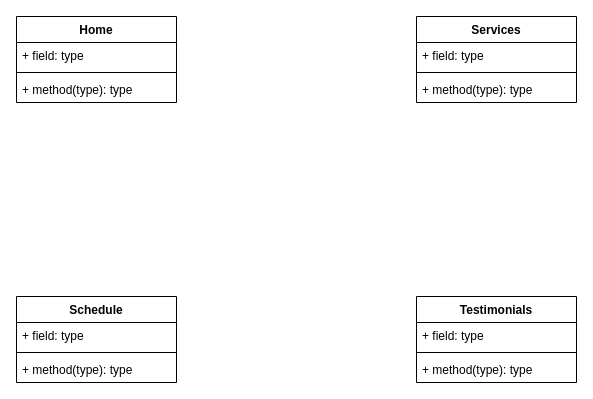
This is Untitled Diagram.drawio from PrinceSousuke/RyansWebsiteProject, a draw.io file, before an edit. Source tidied: cells renumbered, new cells numbered last; positions are measured from the earlier drawing's top-left corner, leaving out a move shared by most shapes. Both pictures are drawn from the tidied source at 100%, with x=0, y=0 at pixel (16, 16).
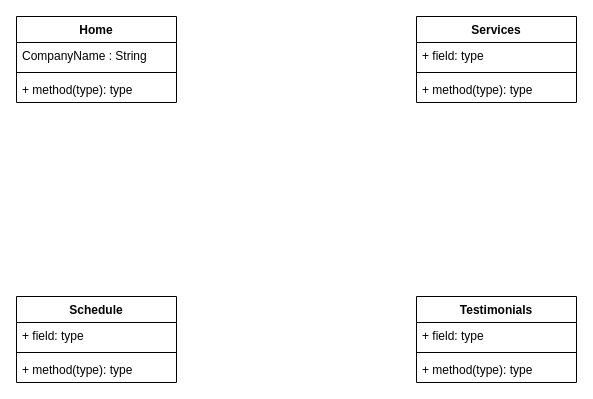
Above is the later version.

Change to the diagram source:
```diff
@@
 <mxGraphModel>
   <root>
     <mxCell id="0" />
     <mxCell id="1" parent="0" />
     <mxCell id="2" value="Home" style="swimlane;fontStyle=1;align=center;verticalAlign=top;horizontal=1;startSize=26;" parent="1" vertex="1">
       <mxGeometry width="160" height="86" as="geometry" />
     </mxCell>
-    <mxCell id="3" value="+ field: type" style="text;strokeColor=none;fillColor=none;align=left;verticalAlign=top;spacingLeft=4;spacingRight=4;overflow=hidden;" parent="2" vertex="1">
+    <mxCell id="3" value="CompanyName : String" style="text;strokeColor=none;fillColor=none;align=left;verticalAlign=top;spacingLeft=4;spacingRight=4;overflow=hidden;" parent="2" vertex="1">
       <mxGeometry y="26" width="160" height="26" as="geometry" />
     </mxCell>
     <mxCell id="4" style="line;strokeWidth=1;fillColor=none;align=left;verticalAlign=middle;spacingTop=-1;spacingLeft=3;spacingRight=3;labelPosition=right;" parent="2" vertex="1">
       <mxGeometry y="52" width="160" height="8" as="geometry" />
     </mxCell>
     <mxCell id="5" value="+ method(type): type" style="text;strokeColor=none;fillColor=none;align=left;verticalAlign=top;spacingLeft=4;spacingRight=4;overflow=hidden;" parent="2" vertex="1">
       <mxGeometry y="60" width="160" height="26" as="geometry" />
     </mxCell>
     <mxCell id="6" value="Services" style="swimlane;fontStyle=1;align=center;verticalAlign=top;horizontal=1;startSize=26;" parent="1" vertex="1">
       <mxGeometry x="400" width="160" height="86" as="geometry" />
     </mxCell>
     <mxCell id="7" value="+ field: type" style="text;strokeColor=none;fillColor=none;align=left;verticalAlign=top;spacingLeft=4;spacingRight=4;overflow=hidden;" parent="6" vertex="1">
       <mxGeometry y="26" width="160" height="26" as="geometry" />
     </mxCell>
     <mxCell id="8" style="line;strokeWidth=1;fillColor=none;align=left;verticalAlign=middle;spacingTop=-1;spacingLeft=3;spacingRight=3;labelPosition=right;" parent="6" vertex="1">
       <mxGeometry y="52" width="160" height="8" as="geometry" />
     </mxCell>
     <mxCell id="9" value="+ method(type): type" style="text;strokeColor=none;fillColor=none;align=left;verticalAlign=top;spacingLeft=4;spacingRight=4;overflow=hidden;" parent="6" vertex="1">
       <mxGeometry y="60" width="160" height="26" as="geometry" />
     </mxCell>
     <mxCell id="10" value="Schedule" style="swimlane;fontStyle=1;align=center;verticalAlign=top;horizontal=1;startSize=26;" parent="1" vertex="1">
       <mxGeometry y="280" width="160" height="86" as="geometry" />
     </mxCell>
     <mxCell id="11" value="+ field: type" style="text;strokeColor=none;fillColor=none;align=left;verticalAlign=top;spacingLeft=4;spacingRight=4;overflow=hidden;" parent="10" vertex="1">
       <mxGeometry y="26" width="160" height="26" as="geometry" />
     </mxCell>
     <mxCell id="12" style="line;strokeWidth=1;fillColor=none;align=left;verticalAlign=middle;spacingTop=-1;spacingLeft=3;spacingRight=3;labelPosition=right;" parent="10" vertex="1">
       <mxGeometry y="52" width="160" height="8" as="geometry" />
     </mxCell>
     <mxCell id="13" value="+ method(type): type" style="text;strokeColor=none;fillColor=none;align=left;verticalAlign=top;spacingLeft=4;spacingRight=4;overflow=hidden;" parent="10" vertex="1">
       <mxGeometry y="60" width="160" height="26" as="geometry" />
     </mxCell>
     <mxCell id="14" value="Testimonials" style="swimlane;fontStyle=1;align=center;verticalAlign=top;horizontal=1;startSize=26;" parent="1" vertex="1">
       <mxGeometry x="400" y="280" width="160" height="86" as="geometry" />
     </mxCell>
     <mxCell id="15" value="+ field: type" style="text;strokeColor=none;fillColor=none;align=left;verticalAlign=top;spacingLeft=4;spacingRight=4;overflow=hidden;" parent="14" vertex="1">
       <mxGeometry y="26" width="160" height="26" as="geometry" />
     </mxCell>
     <mxCell id="16" style="line;strokeWidth=1;fillColor=none;align=left;verticalAlign=middle;spacingTop=-1;spacingLeft=3;spacingRight=3;labelPosition=right;" parent="14" vertex="1">
       <mxGeometry y="52" width="160" height="8" as="geometry" />
     </mxCell>
     <mxCell id="17" value="+ method(type): type" style="text;strokeColor=none;fillColor=none;align=left;verticalAlign=top;spacingLeft=4;spacingRight=4;overflow=hidden;" parent="14" vertex="1">
       <mxGeometry y="60" width="160" height="26" as="geometry" />
     </mxCell>
   </root>
 </mxGraphModel>
```
